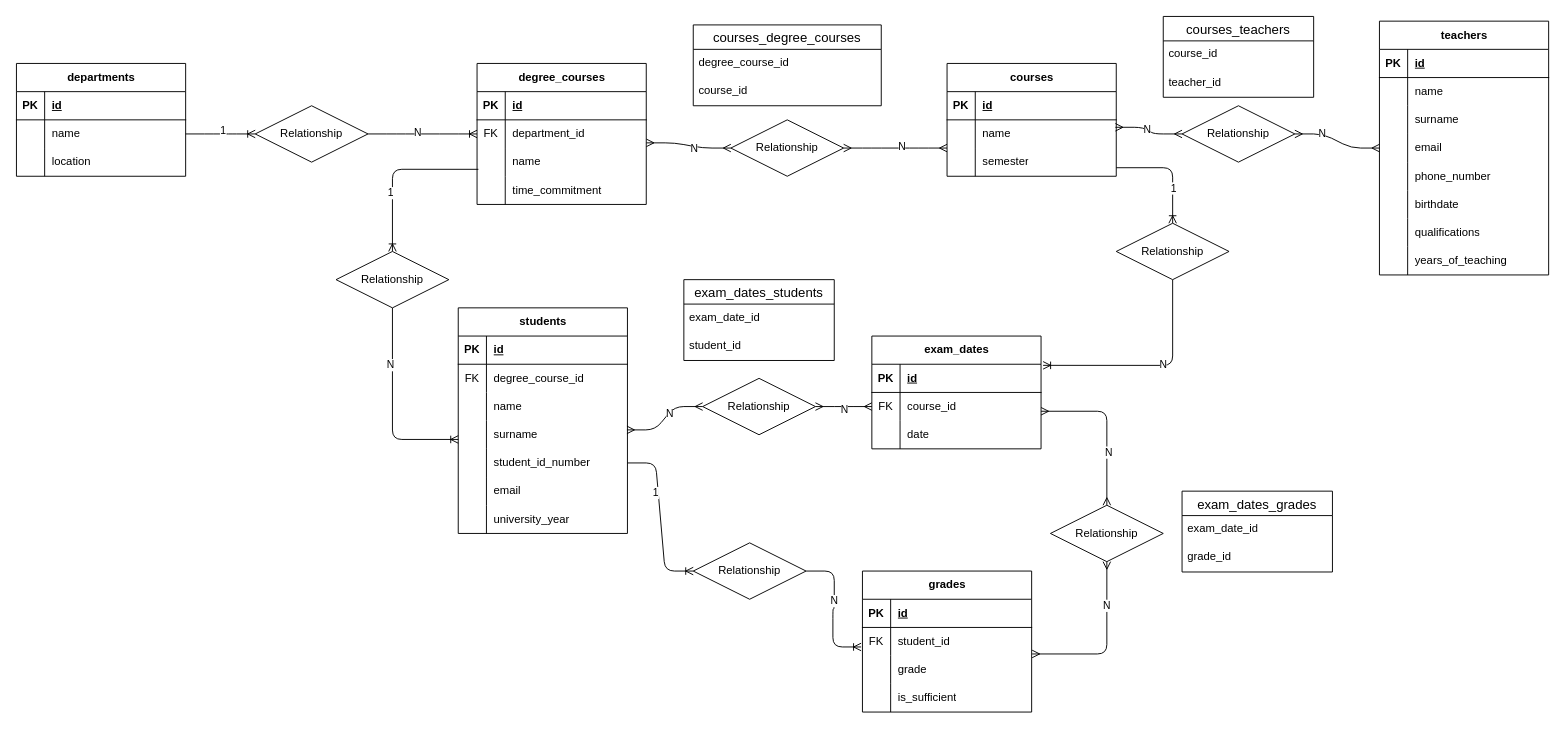
The draw.io diagram scheme.drawio in pietrobertino/db-university, before the edit. Source tidied: cells renumbered, new cells numbered last; positions are measured from the earlier drawing's top-left corner, leaving out a move shared by most shapes. Both pictures are drawn from the tidied source at 94%, with x=0, y=0 at pixel (16, 16).
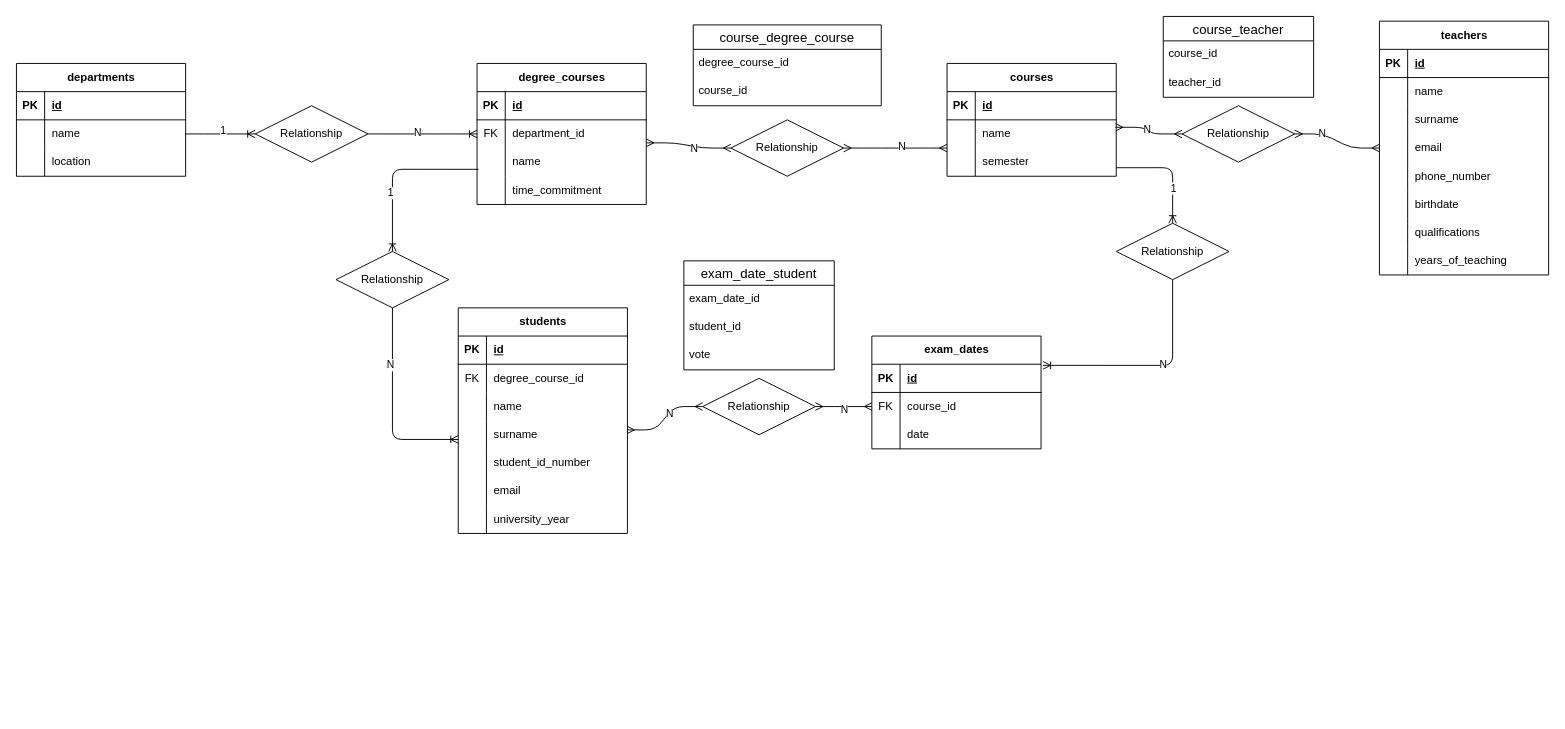
Above is the later version.

Commit message (it also covers changes not shown here):
correct exercise

Unchanged cells that the change refers to:
```xml
<mxCell id="64" style="shape=tableRow;horizontal=0;startSize=0;swimlaneHead=0;swimlaneBody=0;fillColor=none;points=[[0,0.5],[1,0.5]];portConstraint=eastwest;top=0;left=0;right=0;bottom=0;" parent="60" vertex="1">
  <mxGeometry y="60" width="180" height="30" as="geometry" />
</mxCell>
<mxCell id="83" style="shape=tableRow;horizontal=0;startSize=0;swimlaneHead=0;swimlaneBody=0;fillColor=none;points=[[0,0.5],[1,0.5]];portConstraint=eastwest;top=0;left=0;right=0;bottom=0;" parent="70" vertex="1">
  <mxGeometry y="150" width="180" height="30" as="geometry" />
</mxCell>
```

Diff of the diagram source:
```diff
@@
-    <mxCell id="92" value="grades" style="shape=table;startSize=30;childLayout=tableLayout;rowLines=0;fontStyle=1;align=center;html=1;" parent="1" vertex="1">
-      <mxGeometry x="900" y="590" width="180" height="150" as="geometry" />
-    </mxCell>
-    <mxCell id="93" style="shape=tableRow;horizontal=0;startSize=0;swimlaneHead=0;swimlaneBody=0;fillColor=none;top=0;left=0;right=0;bottom=1;" parent="92" vertex="1">
-      <mxGeometry y="30" width="180" height="30" as="geometry" />
-    </mxCell>
-    <mxCell id="94" value="PK" style="shape=partialRectangle;fillColor=none;top=0;left=0;bottom=0;right=0;fontStyle=1;overflow=hidden;whiteSpace=wrap;html=1;" parent="93" vertex="1">
-      <mxGeometry width="30" height="30" as="geometry" />
-    </mxCell>
-    <mxCell id="95" value="id" style="shape=partialRectangle;fillColor=none;top=0;left=0;bottom=0;right=0;align=left;spacingLeft=6;fontStyle=5;overflow=hidden;whiteSpace=wrap;html=1;" parent="93" vertex="1">
-      <mxGeometry x="30" width="150" height="30" as="geometry" />
-    </mxCell>
-    <mxCell id="96" style="shape=tableRow;horizontal=0;startSize=0;swimlaneHead=0;swimlaneBody=0;fillColor=none;points=[[0,0.5],[1,0.5]];portConstraint=eastwest;top=0;left=0;right=0;bottom=0;" parent="92" vertex="1">
-      <mxGeometry y="60" width="180" height="30" as="geometry" />
-    </mxCell>
-    <mxCell id="97" value="FK" style="shape=partialRectangle;fillColor=none;top=0;left=0;bottom=0;right=0;overflow=hidden;whiteSpace=wrap;html=1;" parent="96" vertex="1">
-      <mxGeometry width="30" height="30" as="geometry" />
-    </mxCell>
-    <mxCell id="98" value="student_id" style="shape=partialRectangle;fillColor=none;top=0;left=0;bottom=0;right=0;align=left;spacingLeft=6;overflow=hidden;whiteSpace=wrap;html=1;" parent="96" vertex="1">
-      <mxGeometry x="30" width="150" height="30" as="geometry" />
-    </mxCell>
-    <mxCell id="99" style="shape=tableRow;horizontal=0;startSize=0;swimlaneHead=0;swimlaneBody=0;fillColor=none;points=[[0,0.5],[1,0.5]];portConstraint=eastwest;top=0;left=0;right=0;bottom=0;" parent="92" vertex="1">
-      <mxGeometry y="90" width="180" height="30" as="geometry" />
-    </mxCell>
-    <mxCell id="100" style="shape=partialRectangle;fillColor=none;top=0;left=0;bottom=0;right=0;overflow=hidden;whiteSpace=wrap;html=1;" parent="99" vertex="1">
-      <mxGeometry width="30" height="30" as="geometry" />
-    </mxCell>
-    <mxCell id="101" value="grade" style="shape=partialRectangle;fillColor=none;top=0;left=0;bottom=0;right=0;align=left;spacingLeft=6;overflow=hidden;whiteSpace=wrap;html=1;" parent="99" vertex="1">
-      <mxGeometry x="30" width="150" height="30" as="geometry" />
-    </mxCell>
-    <mxCell id="102" style="shape=tableRow;horizontal=0;startSize=0;swimlaneHead=0;swimlaneBody=0;fillColor=none;top=0;left=0;right=0;bottom=0;" parent="92" vertex="1">
-      <mxGeometry y="120" width="180" height="30" as="geometry" />
-    </mxCell>
-    <mxCell id="103" style="shape=partialRectangle;fillColor=none;top=0;left=0;bottom=0;right=0;overflow=hidden;whiteSpace=wrap;html=1;" parent="102" vertex="1">
-      <mxGeometry width="30" height="30" as="geometry" />
-    </mxCell>
-    <mxCell id="104" value="is_sufficient" style="shape=partialRectangle;fillColor=none;top=0;left=0;bottom=0;right=0;align=left;spacingLeft=6;overflow=hidden;whiteSpace=wrap;html=1;" parent="102" vertex="1">
-      <mxGeometry x="30" width="150" height="30" as="geometry" />
-    </mxCell>
@@
-    <mxCell id="115" value="courses_degree_courses" style="swimlane;fontStyle=0;horizontal=1;startSize=26;align=center;fontSize=14;" parent="1" vertex="1">
+    <mxCell id="115" value="course_degree_course" style="swimlane;fontStyle=0;horizontal=1;startSize=26;align=center;fontSize=14;" parent="1" vertex="1">
       <mxGeometry x="720" y="9" width="200" height="86" as="geometry" />
     </mxCell>
@@
-    <mxCell id="123" value="courses_teachers" style="swimlane;fontStyle=0;horizontal=1;startSize=26;align=center;fontSize=14;" parent="1" vertex="1">
+    <mxCell id="123" value="course_teacher" style="swimlane;fontStyle=0;horizontal=1;startSize=26;align=center;fontSize=14;" parent="1" vertex="1">
       <mxGeometry x="1220" width="160" height="86" as="geometry" />
     </mxCell>
@@
-    <mxCell id="141" value="exam_dates_students" style="swimlane;fontStyle=0;horizontal=1;startSize=26;align=center;fontSize=14;" parent="1" vertex="1">
-      <mxGeometry x="710" y="280" width="160" height="86" as="geometry" />
+    <mxCell id="141" value="exam_date_student" style="swimlane;fontStyle=0;horizontal=1;startSize=26;align=center;fontSize=14;" parent="1" vertex="1">
+      <mxGeometry x="710" y="260" width="160" height="116" as="geometry" />
     </mxCell>
@@
+    <mxCell id="98" value="student_id" style="text;strokeColor=none;fillColor=none;spacingLeft=4;spacingRight=4;overflow=hidden;fontSize=12;whiteSpace=wrap;html=1;" parent="141" vertex="1">
+      <mxGeometry y="56" width="160" height="30" as="geometry" />
+    </mxCell>
-    <mxCell id="143" value="student_id" style="text;strokeColor=none;fillColor=none;spacingLeft=4;spacingRight=4;overflow=hidden;fontSize=12;whiteSpace=wrap;html=1;" parent="141" vertex="1">
-      <mxGeometry y="56" width="160" height="30" as="geometry" />
+    <mxCell id="143" value="vote" style="text;strokeColor=none;fillColor=none;spacingLeft=4;spacingRight=4;overflow=hidden;fontSize=12;whiteSpace=wrap;html=1;" parent="141" vertex="1">
+      <mxGeometry y="86" width="160" height="30" as="geometry" />
     </mxCell>
-    <mxCell id="144" style="edgeStyle=orthogonalEdgeStyle;fontSize=12;html=1;endArrow=ERmany;startArrow=ERmany;exitX=0.5;exitY=1;exitDx=0;exitDy=0;entryX=1.003;entryY=-0.06;entryDx=0;entryDy=0;entryPerimeter=0;" parent="1" edge="1" source="148" target="99">
-      <mxGeometry relative="1" as="geometry">
-        <Array as="points">
-          <mxPoint x="1160" y="678" />
-        </Array>
-      </mxGeometry>
-    </mxCell>
-    <mxCell id="145" value="N" style="edgeLabel;html=1;align=center;verticalAlign=middle;" parent="144" vertex="1">
-      <mxGeometry x="-0.48" y="-1" relative="1" as="geometry" />
-    </mxCell>
-    <mxCell id="146" style="edgeStyle=orthogonalEdgeStyle;fontSize=12;html=1;endArrow=ERmany;startArrow=ERmany;exitX=1;exitY=0.667;exitDx=0;exitDy=0;exitPerimeter=0;entryX=0.5;entryY=0;entryDx=0;entryDy=0;" parent="1" edge="1" source="64" target="148">
-      <mxGeometry relative="1" as="geometry" />
-    </mxCell>
-    <mxCell id="147" value="N" style="edgeLabel;html=1;align=center;verticalAlign=middle;" parent="146" vertex="1">
-      <mxGeometry x="0.34" y="1" relative="1" as="geometry" />
-    </mxCell>
-    <mxCell id="148" value="Relationship" style="shape=rhombus;perimeter=rhombusPerimeter;whiteSpace=wrap;html=1;align=center;" parent="1" vertex="1">
-      <mxGeometry x="1100" y="520" width="120" height="60" as="geometry" />
-    </mxCell>
-    <mxCell id="149" value="exam_dates_grades" style="swimlane;fontStyle=0;horizontal=1;startSize=26;align=center;fontSize=14;" parent="1" vertex="1">
-      <mxGeometry x="1240" y="505" width="160" height="86" as="geometry" />
-    </mxCell>
-    <mxCell id="150" value="exam_date_id" style="text;strokeColor=none;fillColor=none;spacingLeft=4;spacingRight=4;overflow=hidden;fontSize=12;whiteSpace=wrap;html=1;" parent="149" vertex="1">
-      <mxGeometry y="26" width="160" height="30" as="geometry" />
-    </mxCell>
-    <mxCell id="151" value="grade_id" style="text;strokeColor=none;fillColor=none;spacingLeft=4;spacingRight=4;overflow=hidden;fontSize=12;whiteSpace=wrap;html=1;" parent="149" vertex="1">
-      <mxGeometry y="56" width="160" height="30" as="geometry" />
-    </mxCell>
-    <mxCell id="152" style="edgeStyle=entityRelationEdgeStyle;fontSize=12;html=1;endArrow=ERoneToMany;entryX=-0.008;entryY=0.692;entryDx=0;entryDy=0;entryPerimeter=0;exitX=1;exitY=0.5;exitDx=0;exitDy=0;" parent="1" edge="1" source="156" target="96">
-      <mxGeometry relative="1" as="geometry">
-        <Array as="points">
-          <mxPoint x="860" y="630" />
-          <mxPoint x="860" y="620" />
-        </Array>
-      </mxGeometry>
-    </mxCell>
-    <mxCell id="153" value="N" style="edgeLabel;html=1;align=center;verticalAlign=middle;" parent="152" vertex="1">
-      <mxGeometry x="-0.14" y="-1" relative="1" as="geometry" />
-    </mxCell>
-    <mxCell id="154" style="edgeStyle=entityRelationEdgeStyle;fontSize=12;html=1;endArrow=ERoneToMany;entryX=0;entryY=0.5;entryDx=0;entryDy=0;exitX=1;exitY=0.5;exitDx=0;exitDy=0;" parent="1" edge="1" source="83" target="156">
-      <mxGeometry relative="1" as="geometry" />
-    </mxCell>
-    <mxCell id="155" value="1" style="edgeLabel;html=1;align=center;verticalAlign=middle;" parent="154" vertex="1">
-      <mxGeometry x="-0.31" y="-3" relative="1" as="geometry" />
-    </mxCell>
-    <mxCell id="156" value="Relationship" style="shape=rhombus;perimeter=rhombusPerimeter;whiteSpace=wrap;html=1;align=center;" parent="1" vertex="1">
-      <mxGeometry x="720" y="560" width="120" height="60" as="geometry" />
-    </mxCell>
```
